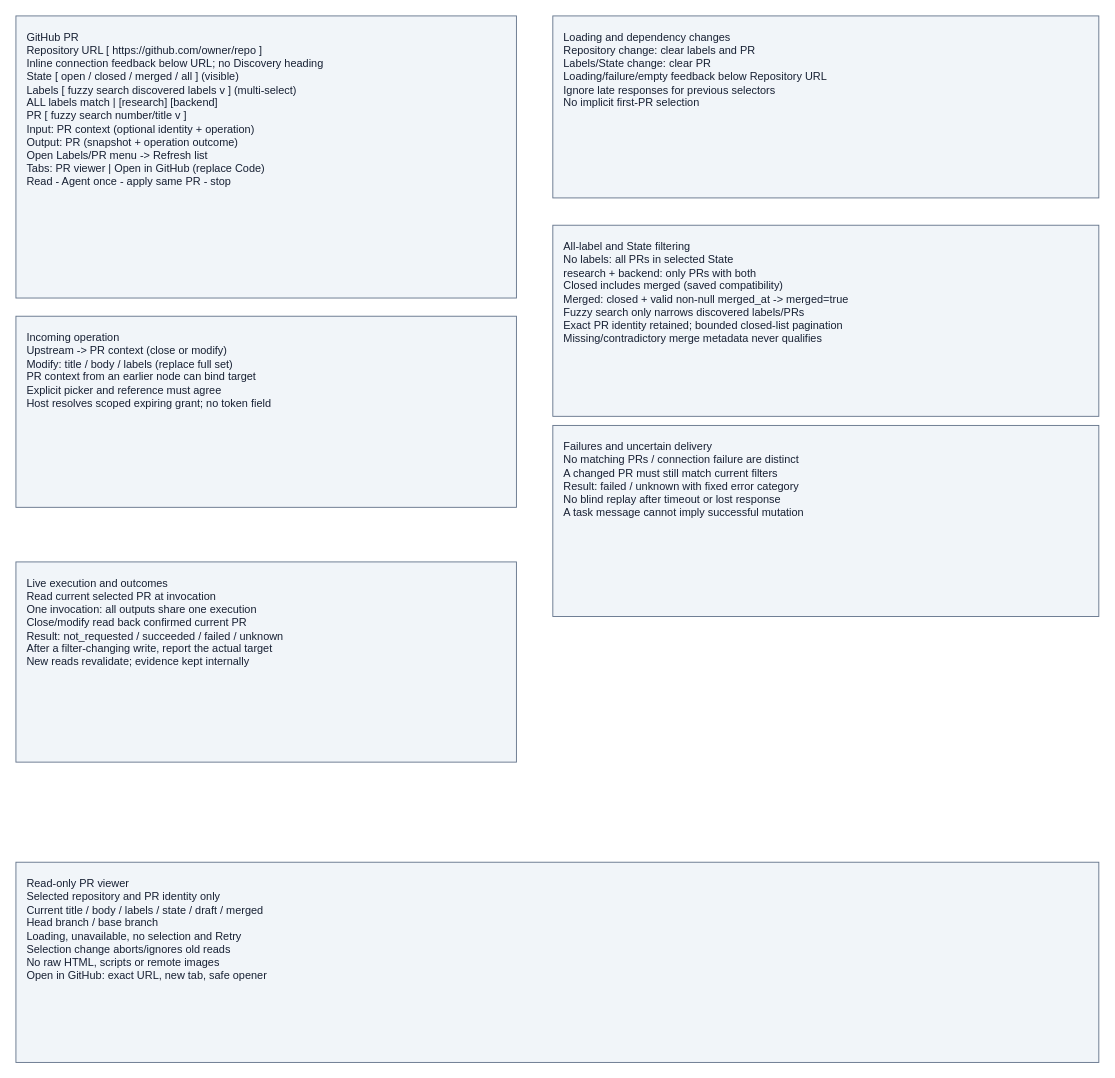
Before: page "GitHub PR" (1 of 4) of projects/laomedo/subsystems/issue-integration/design/github-pr-node.drawio in amadou-6e/specs, a draw.io diagram. Source tidied: cells renumbered, new cells numbered last; positions are measured from the earlier drawing's top-left corner, leaving out a move shared by most shapes. Both pictures are drawn from the tidied source at 91%, with x=0, y=0 at pixel (15, 15).
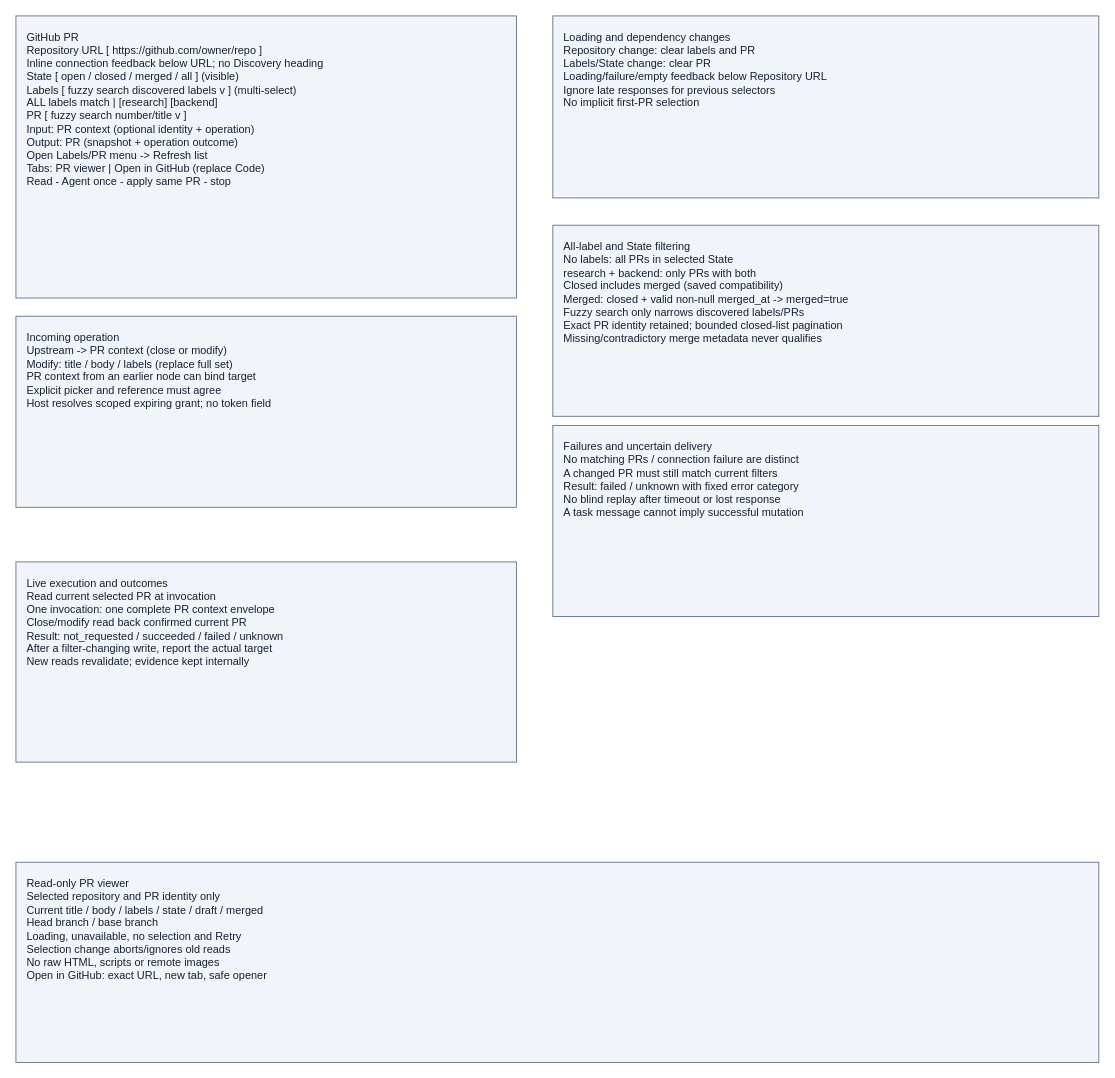
After the change.

Commit message (it also covers changes not shown here):
Align PR port diagrams and native context name (#416)

Change to the diagram source:
```diff
@@
 <mxGraphModel>
   <root>
     <mxCell id="0" />
     <mxCell id="1" parent="0" />
     <mxCell id="2" value="GitHub PR&#10;Repository URL [ https://github.com/owner/repo ]&#10;Inline connection feedback below URL; no Discovery heading&#10;State [ open / closed / merged / all ] (visible)&#10;Labels [ fuzzy search discovered labels v ] (multi-select)&#10;ALL labels match | [research] [backend]&#10;PR [ fuzzy search number/title v ]&#10;Input: PR context (optional identity + operation)&#10;Output: PR (snapshot + operation outcome)&#10;Open Labels/PR menu -&gt; Refresh list&#10;Tabs: PR viewer | Open in GitHub (replace Code)&#10;Read - Agent once - apply same PR - stop" style="rounded=0;whiteSpace=wrap;html=0;align=left;verticalAlign=top;spacing=12;fillColor=#f1f5f9;strokeColor=#64748b;fontColor=#172033;" parent="1" vertex="1">
       <mxGeometry width="550" height="310" as="geometry" />
     </mxCell>
     <mxCell id="3" value="Loading and dependency changes&#10;Repository change: clear labels and PR&#10;Labels/State change: clear PR&#10;Loading/failure/empty feedback below Repository URL&#10;Ignore late responses for previous selectors&#10;No implicit first-PR selection" style="rounded=0;whiteSpace=wrap;html=0;align=left;verticalAlign=top;spacing=12;fillColor=#f1f5f9;strokeColor=#64748b;fontColor=#172033;" parent="1" vertex="1">
       <mxGeometry x="590" width="600" height="200" as="geometry" />
     </mxCell>
     <mxCell id="4" value="All-label and State filtering&#10;No labels: all PRs in selected State&#10;research + backend: only PRs with both&#10;Closed includes merged (saved compatibility)&#10;Merged: closed + valid non-null merged_at -&gt; merged=true&#10;Fuzzy search only narrows discovered labels/PRs&#10;Exact PR identity retained; bounded closed-list pagination&#10;Missing/contradictory merge metadata never qualifies" style="rounded=0;whiteSpace=wrap;html=0;align=left;verticalAlign=top;spacing=12;fillColor=#f1f5f9;strokeColor=#64748b;fontColor=#172033;" parent="1" vertex="1">
       <mxGeometry x="590" y="230" width="600" height="210" as="geometry" />
     </mxCell>
     <mxCell id="5" value="Incoming operation&#10;Upstream -&gt; PR context (close or modify)&#10;Modify: title / body / labels (replace full set)&#10;PR context from an earlier node can bind target&#10;Explicit picker and reference must agree&#10;Host resolves scoped expiring grant; no token field" style="rounded=0;whiteSpace=wrap;html=0;align=left;verticalAlign=top;spacing=12;fillColor=#f1f5f9;strokeColor=#64748b;fontColor=#172033;" parent="1" vertex="1">
       <mxGeometry y="330" width="550" height="210" as="geometry" />
     </mxCell>
     <mxCell id="6" value="Failures and uncertain delivery&#10;No matching PRs / connection failure are distinct&#10;A changed PR must still match current filters&#10;Result: failed / unknown with fixed error category&#10;No blind replay after timeout or lost response&#10;A task message cannot imply successful mutation" style="rounded=0;whiteSpace=wrap;html=0;align=left;verticalAlign=top;spacing=12;fillColor=#f1f5f9;strokeColor=#64748b;fontColor=#172033;" parent="1" vertex="1">
       <mxGeometry x="590" y="450" width="600" height="210" as="geometry" />
     </mxCell>
-    <mxCell id="7" value="Live execution and outcomes&#10;Read current selected PR at invocation&#10;One invocation: all outputs share one execution&#10;Close/modify read back confirmed current PR&#10;Result: not_requested / succeeded / failed / unknown&#10;After a filter-changing write, report the actual target&#10;New reads revalidate; evidence kept internally" style="rounded=0;whiteSpace=wrap;html=0;align=left;verticalAlign=top;spacing=12;fillColor=#f1f5f9;strokeColor=#64748b;fontColor=#172033;" parent="1" vertex="1">
+    <mxCell id="7" value="Live execution and outcomes&#10;Read current selected PR at invocation&#10;One invocation: one complete PR context envelope&#10;Close/modify read back confirmed current PR&#10;Result: not_requested / succeeded / failed / unknown&#10;After a filter-changing write, report the actual target&#10;New reads revalidate; evidence kept internally" style="rounded=0;whiteSpace=wrap;html=0;align=left;verticalAlign=top;spacing=12;fillColor=#f1f5f9;strokeColor=#64748b;fontColor=#172033;" parent="1" vertex="1">
       <mxGeometry y="600" width="550" height="220" as="geometry" />
     </mxCell>
     <mxCell id="8" value="Read-only PR viewer&#10;Selected repository and PR identity only&#10;Current title / body / labels / state / draft / merged&#10;Head branch / base branch&#10;Loading, unavailable, no selection and Retry&#10;Selection change aborts/ignores old reads&#10;No raw HTML, scripts or remote images&#10;Open in GitHub: exact URL, new tab, safe opener" style="rounded=0;whiteSpace=wrap;html=0;align=left;verticalAlign=top;spacing=12;fillColor=#f1f5f9;strokeColor=#64748b;fontColor=#172033;" parent="1" vertex="1">
       <mxGeometry y="930" width="1190" height="220" as="geometry" />
     </mxCell>
   </root>
 </mxGraphModel>
```
